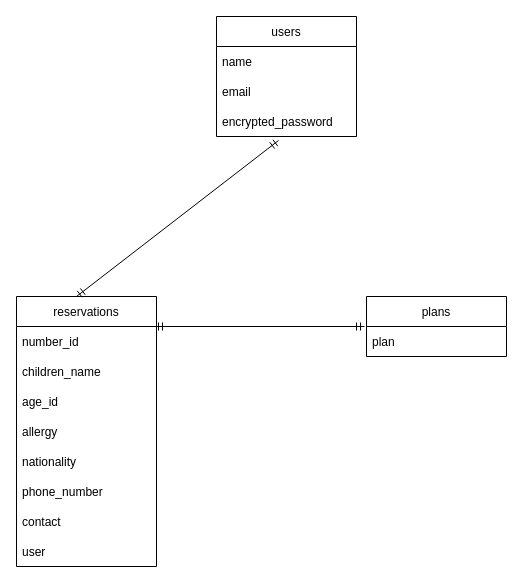
Before: page "ページ1" (1 of 2) of test.dio in riku79264/childcare-japan2022, a draw.io diagram. Source tidied: cells renumbered, new cells numbered last; positions are measured from the earlier drawing's top-left corner, leaving out a move shared by most shapes. Both pictures are drawn from the tidied source at 100%, with x=0, y=0 at pixel (16, 16).
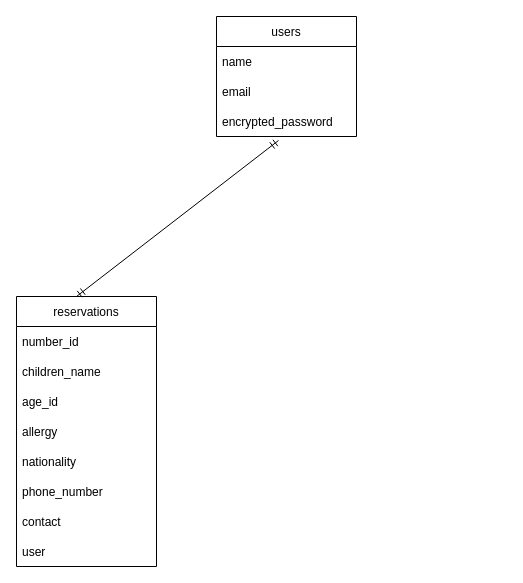
The same diagram, later.

Diff of the diagram source:
```diff
@@
-    <mxCell id="16" value="plans" style="swimlane;fontStyle=0;horizontal=1;startSize=30;rounded=0;" parent="1" vertex="1">
-      <mxGeometry x="350" y="280" width="140" height="60" as="geometry" />
-    </mxCell>
-    <mxCell id="17" value="plan" style="text;strokeColor=none;fillColor=none;align=left;verticalAlign=middle;spacingLeft=4;spacingRight=4;overflow=hidden;points=[[0,0.5],[1,0.5]];portConstraint=eastwest;rounded=0;" parent="16" vertex="1">
-      <mxGeometry y="30" width="140" height="30" as="geometry" />
-    </mxCell>
-    <mxCell id="18" style="fontSize=12;html=1;endArrow=ERmandOne;startArrow=ERmandOne;strokeColor=default;rounded=0;entryX=-0.014;entryY=0;entryDx=0;entryDy=0;entryPerimeter=0;" parent="1" edge="1" target="17">
-      <mxGeometry relative="1" as="geometry">
-        <mxPoint x="150" y="310" as="sourcePoint" />
-        <Array as="points">
-          <mxPoint x="140" y="310" />
-        </Array>
-      </mxGeometry>
-    </mxCell>
```
